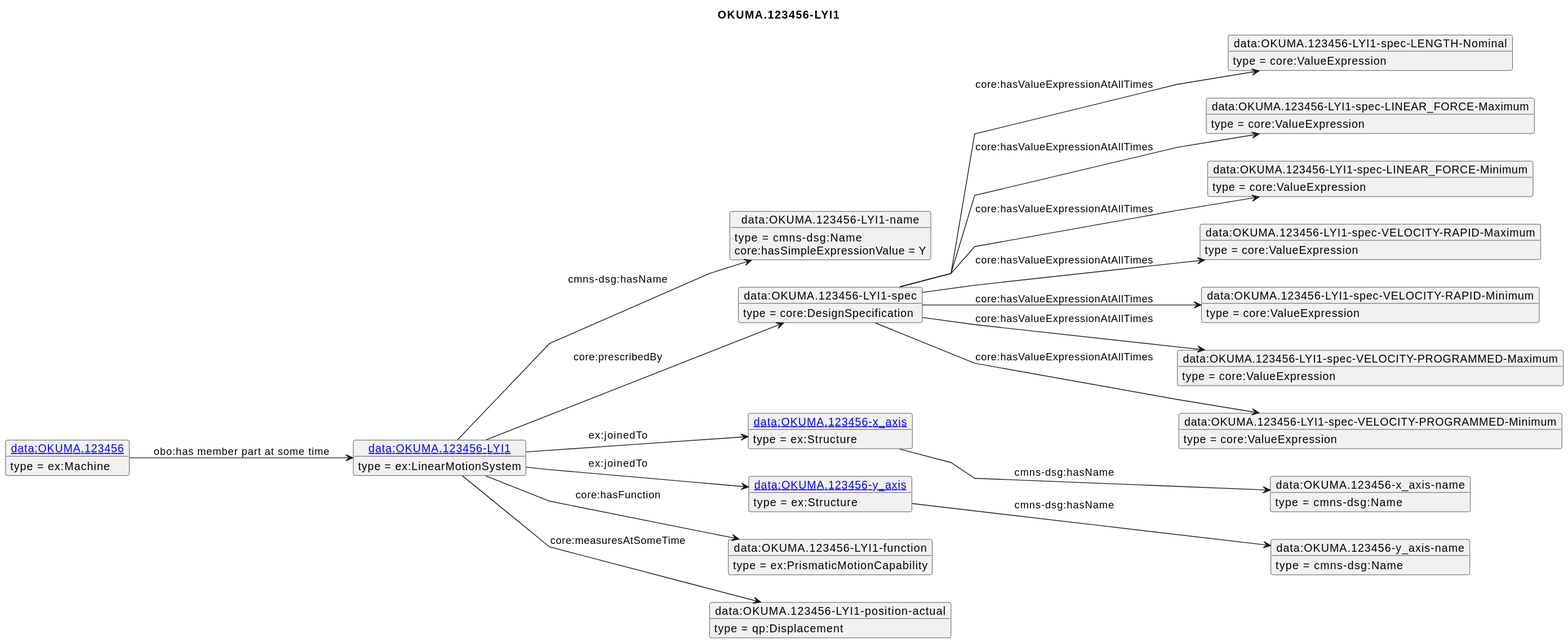
Earlier version of the PlantUML export diagrams/OKUMA.123456-LYI1.svg (iofoundry/example-syseng-mtconnect). Its diagram source:
```plantuml
@startuml
skinparam linetype polyline
left to right direction
title OKUMA.123456-LYI1
object "[[./OKUMA.123456-LYI1.html data:OKUMA.123456-LYI1]]" as o1 {
 type = ex:LinearMotionSystem
 }
object "data:OKUMA.123456-LYI1-name" as o2 {
 type = cmns-dsg:Name
 }
object "data:OKUMA.123456-LYI1-spec" as o3 {
 type = core:DesignSpecification
 }
object "data:OKUMA.123456-LYI1-spec-LENGTH-Nominal" as o4 {
 type = core:ValueExpression
 }
object "data:OKUMA.123456-LYI1-spec-LINEAR_FORCE-Maximum" as o5 {
 type = core:ValueExpression
 }
object "data:OKUMA.123456-LYI1-spec-LINEAR_FORCE-Minimum" as o6 {
 type = core:ValueExpression
 }
object "data:OKUMA.123456-LYI1-spec-VELOCITY-RAPID-Maximum" as o7 {
 type = core:ValueExpression
 }
object "data:OKUMA.123456-LYI1-spec-VELOCITY-RAPID-Minimum" as o8 {
 type = core:ValueExpression
 }
object "data:OKUMA.123456-LYI1-spec-VELOCITY-PROGRAMMED-Maximum" as o9 {
 type = core:ValueExpression
 }
object "data:OKUMA.123456-LYI1-spec-VELOCITY-PROGRAMMED-Minimum" as o10 {
 type = core:ValueExpression
 }
object "[[./OKUMA.123456-x_axis.html data:OKUMA.123456-x_axis]]" as o11 {
 type = ex:Structure
 }
object "data:OKUMA.123456-x_axis-name" as o12 {
 type = cmns-dsg:Name
 }
object "[[./OKUMA.123456-y_axis.html data:OKUMA.123456-y_axis]]" as o13 {
 type = ex:Structure
 }
object "data:OKUMA.123456-y_axis-name" as o14 {
 type = cmns-dsg:Name
 }
object "data:OKUMA.123456-LYI1-function" as o15 {
 type = ex:PrismaticMotionCapability
 }
object "data:OKUMA.123456-LYI1-position-actual" as o16 {
 type = qp:Displacement
 }
object "[[./OKUMA.123456.html data:OKUMA.123456]]" as o17 {
 type = ex:Machine
 }
o1 --> o2 : cmns-dsg:hasName
o2 : core:hasSimpleExpressionValue = Y
o1 --> o3 : core:prescribedBy
o3 --> o4 : core:hasValueExpressionAtAllTimes
o3 --> o5 : core:hasValueExpressionAtAllTimes
o3 --> o6 : core:hasValueExpressionAtAllTimes
o3 --> o7 : core:hasValueExpressionAtAllTimes
o3 --> o8 : core:hasValueExpressionAtAllTimes
o3 --> o9 : core:hasValueExpressionAtAllTimes
o3 --> o10 : core:hasValueExpressionAtAllTimes
o1 --> o11 : ex:joinedTo
o11 --> o12 : cmns-dsg:hasName
o1 --> o13 : ex:joinedTo
o13 --> o14 : cmns-dsg:hasName
o1 --> o15 : core:hasFunction
o1 --> o16 : core:measuresAtSomeTime
o17 --> o1 : obo:has member part at some time
@enduml
```
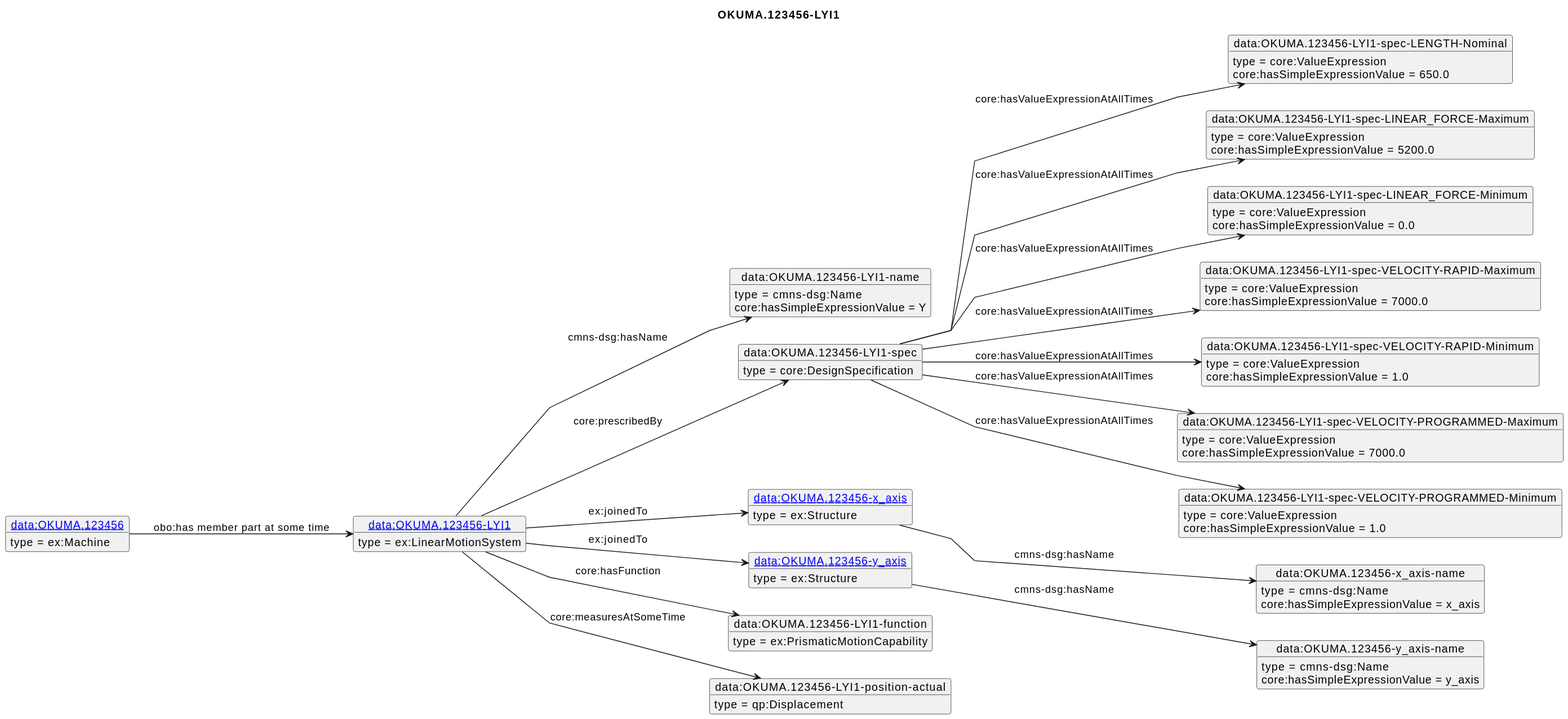
Later version of the same file.

What changed in the source:
```diff
@@ -57,16 +57,25 @@
 o2 : core:hasSimpleExpressionValue = Y
 o1 --> o3 : core:prescribedBy
 o3 --> o4 : core:hasValueExpressionAtAllTimes
+o4 : core:hasSimpleExpressionValue = 650.0
 o3 --> o5 : core:hasValueExpressionAtAllTimes
+o5 : core:hasSimpleExpressionValue = 5200.0
 o3 --> o6 : core:hasValueExpressionAtAllTimes
+o6 : core:hasSimpleExpressionValue = 0.0
 o3 --> o7 : core:hasValueExpressionAtAllTimes
+o7 : core:hasSimpleExpressionValue = 7000.0
 o3 --> o8 : core:hasValueExpressionAtAllTimes
+o8 : core:hasSimpleExpressionValue = 1.0
 o3 --> o9 : core:hasValueExpressionAtAllTimes
+o9 : core:hasSimpleExpressionValue = 7000.0
 o3 --> o10 : core:hasValueExpressionAtAllTimes
+o10 : core:hasSimpleExpressionValue = 1.0
 o1 --> o11 : ex:joinedTo
 o11 --> o12 : cmns-dsg:hasName
+o12 : core:hasSimpleExpressionValue = x_axis
 o1 --> o13 : ex:joinedTo
 o13 --> o14 : cmns-dsg:hasName
+o14 : core:hasSimpleExpressionValue = y_axis
 o1 --> o15 : core:hasFunction
 o1 --> o16 : core:measuresAtSomeTime
 o17 --> o1 : obo:has member part at some time
```
